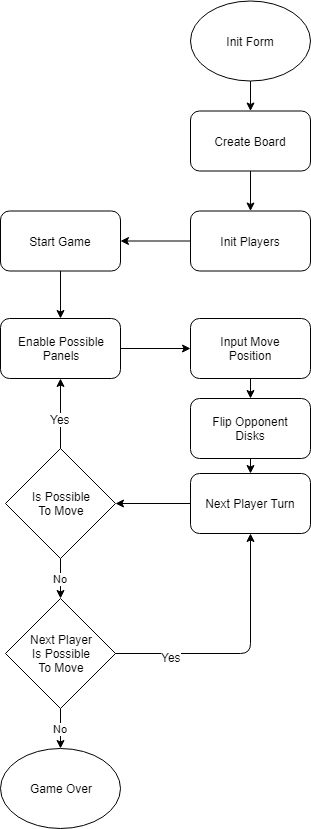
lotuzz/Reversi-Game keeps this draw.io diagram as Doc/Othello Flow Design.png. Above is the earlier version. Source tidied: cells renumbered, new cells last; positions are measured from the earlier drawing's top-left corner, leaving out a move shared by most shapes. Source of this version:
```xml
<mxGraphModel>
  <root>
    <mxCell id="0" />
    <mxCell id="1" parent="0" />
    <mxCell id="2" value="Init Form" style="ellipse;whiteSpace=wrap;html=1;" parent="1" vertex="1">
      <mxGeometry x="190" y="0.5" width="120" height="80" as="geometry" />
    </mxCell>
    <mxCell id="3" value="Create Board" style="rounded=1;whiteSpace=wrap;html=1;" parent="1" vertex="1">
      <mxGeometry x="190" y="110.5" width="120" height="60" as="geometry" />
    </mxCell>
    <mxCell id="4" value="&lt;span style=&quot;white-space: normal&quot;&gt;Init Players&lt;/span&gt;" style="rounded=1;whiteSpace=wrap;html=1;" parent="1" vertex="1">
      <mxGeometry x="190" y="210.5" width="120" height="60" as="geometry" />
    </mxCell>
    <mxCell id="5" value="Input Move &lt;br&gt;Position" style="rounded=1;whiteSpace=wrap;html=1;" parent="1" vertex="1">
      <mxGeometry x="190" y="318" width="120" height="60" as="geometry" />
    </mxCell>
    <mxCell id="6" value="Flip Opponent&lt;br&gt;Disks" style="rounded=1;whiteSpace=wrap;html=1;" parent="1" vertex="1">
      <mxGeometry x="190" y="398" width="120" height="60" as="geometry" />
    </mxCell>
    <mxCell id="7" value="Next Player Turn" style="rounded=1;whiteSpace=wrap;html=1;" parent="1" vertex="1">
      <mxGeometry x="190" y="473" width="120" height="60" as="geometry" />
    </mxCell>
    <mxCell id="8" value="Is Possible&lt;br&gt;To Move" style="rhombus;whiteSpace=wrap;html=1;" parent="1" vertex="1">
      <mxGeometry x="5" y="448" width="110" height="110" as="geometry" />
    </mxCell>
    <mxCell id="9" style="endArrow=classic;html=1;" parent="1" edge="1" source="7" target="8">
      <mxGeometry relative="1" as="geometry" />
    </mxCell>
    <mxCell id="10" style="endArrow=classic;html=1;" parent="1" edge="1" source="6" target="7">
      <mxGeometry relative="1" as="geometry" />
    </mxCell>
    <mxCell id="11" value="Next Player&lt;br&gt;Is Possible&lt;br&gt;To Move" style="rhombus;whiteSpace=wrap;html=1;" parent="1" vertex="1">
      <mxGeometry x="5" y="598" width="110" height="110" as="geometry" />
    </mxCell>
    <mxCell id="12" style="endArrow=classic;html=1;exitX=1;exitY=0.5;exitDx=0;exitDy=0;" parent="1" edge="1" source="11" target="7">
      <mxGeometry relative="1" as="geometry">
        <Array as="points">
          <mxPoint x="250" y="653" />
        </Array>
      </mxGeometry>
    </mxCell>
    <mxCell id="13" value="Yes" style="text;html=1;align=center;verticalAlign=middle;labelBackgroundColor=#ffffff;" parent="12" vertex="1">
      <mxGeometry x="-0.57" y="-3" relative="1" as="geometry" />
    </mxCell>
    <mxCell id="14" value="No" style="endArrow=classic;html=1;exitX=0.5;exitY=1;exitDx=0;exitDy=0;entryX=0.5;entryY=0;entryDx=0;entryDy=0;" parent="1" edge="1" source="11" target="15">
      <mxGeometry relative="1" as="geometry" />
    </mxCell>
    <mxCell id="15" value="Game Over" style="ellipse;whiteSpace=wrap;html=1;" parent="1" vertex="1">
      <mxGeometry y="748" width="120" height="80" as="geometry" />
    </mxCell>
    <mxCell id="16" style="endArrow=classic;html=1;exitX=0.5;exitY=1;exitDx=0;exitDy=0;entryX=0.5;entryY=0;entryDx=0;entryDy=0;" parent="1" edge="1" source="5" target="6">
      <mxGeometry relative="1" as="geometry" />
    </mxCell>
    <mxCell id="17" style="endArrow=classic;html=1;exitX=0.5;exitY=1;exitDx=0;exitDy=0;entryX=0.5;entryY=0;entryDx=0;entryDy=0;" parent="1" edge="1" source="2" target="3">
      <mxGeometry relative="1" as="geometry" />
    </mxCell>
    <mxCell id="18" style="endArrow=classic;html=1;exitX=0.5;exitY=1;exitDx=0;exitDy=0;entryX=0.5;entryY=0;entryDx=0;entryDy=0;" parent="1" edge="1" source="3" target="4">
      <mxGeometry relative="1" as="geometry" />
    </mxCell>
    <mxCell id="19" style="endArrow=classic;html=1;entryX=0.5;entryY=1;entryDx=0;entryDy=0;exitX=0.5;exitY=0;exitDx=0;exitDy=0;" parent="1" edge="1" source="8" target="24">
      <mxGeometry relative="1" as="geometry" />
    </mxCell>
    <mxCell id="20" value="Yes" style="text;html=1;align=center;verticalAlign=middle;labelBackgroundColor=#ffffff;" parent="19" vertex="1">
      <mxGeometry x="-0.56" relative="1" as="geometry">
        <mxPoint x="-1" y="-15" as="offset" />
      </mxGeometry>
    </mxCell>
    <mxCell id="21" style="endArrow=classic;html=1;exitX=0;exitY=0.5;exitDx=0;exitDy=0;entryX=1;entryY=0.5;entryDx=0;entryDy=0;" parent="1" edge="1" source="4" target="22">
      <mxGeometry relative="1" as="geometry" />
    </mxCell>
    <mxCell id="22" value="&lt;span style=&quot;white-space: normal&quot;&gt;Start Game&lt;/span&gt;" style="rounded=1;whiteSpace=wrap;html=1;" parent="1" vertex="1">
      <mxGeometry y="210.5" width="120" height="60" as="geometry" />
    </mxCell>
    <mxCell id="23" style="edgeStyle=orthogonalEdgeStyle;rounded=0;jettySize=auto;html=1;" parent="1" edge="1" source="24" target="5">
      <mxGeometry relative="1" as="geometry" />
    </mxCell>
    <mxCell id="24" value="&lt;span style=&quot;white-space: normal&quot;&gt;Enable Possible&lt;br&gt;Panels&lt;br&gt;&lt;/span&gt;" style="rounded=1;whiteSpace=wrap;html=1;" parent="1" vertex="1">
      <mxGeometry y="318" width="120" height="60" as="geometry" />
    </mxCell>
    <mxCell id="25" style="endArrow=classic;html=1;entryX=0.5;entryY=0;entryDx=0;entryDy=0;exitX=0.5;exitY=1;exitDx=0;exitDy=0;" parent="1" edge="1" source="22" target="24">
      <mxGeometry relative="1" as="geometry" />
    </mxCell>
    <mxCell id="26" value="No" style="endArrow=classic;html=1;exitX=0.5;exitY=1;exitDx=0;exitDy=0;entryX=0.5;entryY=0;entryDx=0;entryDy=0;" parent="1" edge="1" source="8" target="11">
      <mxGeometry relative="1" as="geometry" />
    </mxCell>
  </root>
</mxGraphModel>
```
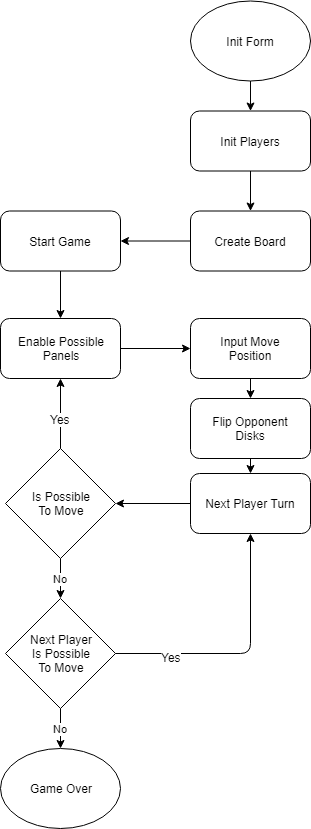
Above is the later version.

The edit, as a diff of the source:
```diff
@@ -5,10 +5,10 @@
     <mxCell id="2" value="Init Form" style="ellipse;whiteSpace=wrap;html=1;" parent="1" vertex="1">
       <mxGeometry x="190" y="0.5" width="120" height="80" as="geometry" />
     </mxCell>
-    <mxCell id="3" value="Create Board" style="rounded=1;whiteSpace=wrap;html=1;" parent="1" vertex="1">
+    <mxCell id="3" value="Init Players" style="rounded=1;whiteSpace=wrap;html=1;" parent="1" vertex="1">
       <mxGeometry x="190" y="110.5" width="120" height="60" as="geometry" />
     </mxCell>
-    <mxCell id="4" value="&lt;span style=&quot;white-space: normal&quot;&gt;Init Players&lt;/span&gt;" style="rounded=1;whiteSpace=wrap;html=1;" parent="1" vertex="1">
+    <mxCell id="4" value="&lt;span style=&quot;white-space: normal&quot;&gt;Create Board&lt;/span&gt;" style="rounded=1;whiteSpace=wrap;html=1;" parent="1" vertex="1">
       <mxGeometry x="190" y="210.5" width="120" height="60" as="geometry" />
     </mxCell>
     <mxCell id="5" value="Input Move &lt;br&gt;Position" style="rounded=1;whiteSpace=wrap;html=1;" parent="1" vertex="1">
```
